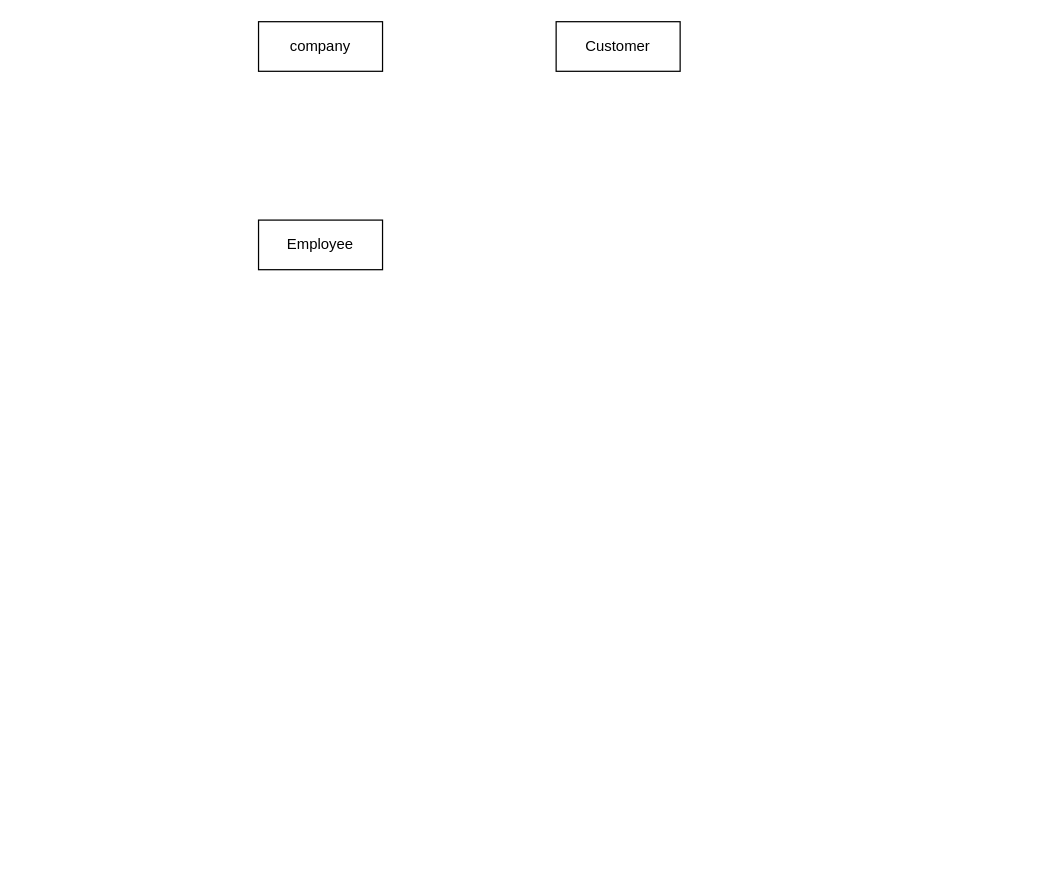
The draw.io diagram db과제.drawio in shgusgh12/baekjoon, before the edit. Source tidied: cells renumbered, new cells numbered last; positions are measured from the earlier drawing's top-left corner, leaving out a move shared by most shapes. Both pictures are drawn from the tidied source at 124%, with x=0, y=0 at pixel (258, 21).
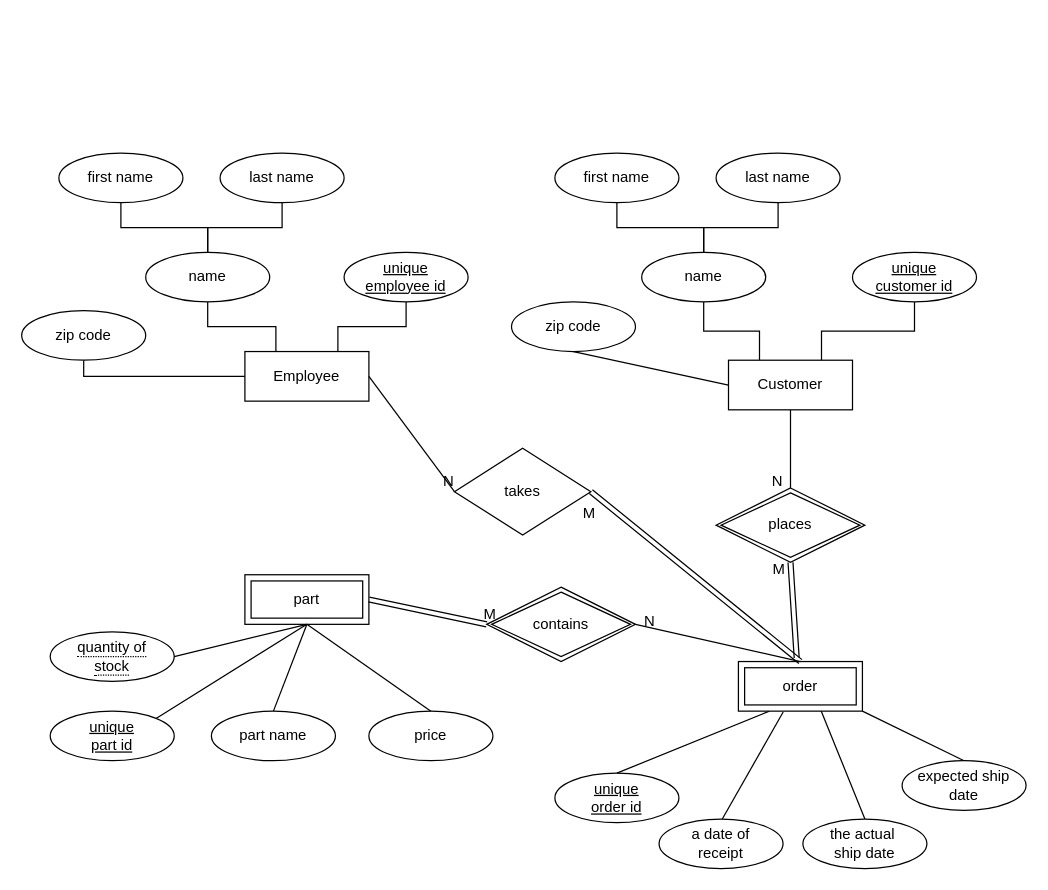
The same page after the edit.

Commit message (it also covers changes not shown here):
db과제.drawio 업데이트

Diff of the diagram source:
```diff
@@
-    <mxCell id="2" value="company" style="whiteSpace=wrap;html=1;align=center;" parent="1" vertex="1">
-      <mxGeometry width="100" height="40" as="geometry" />
-    </mxCell>
+    <mxCell id="5" style="edgeStyle=orthogonalEdgeStyle;rounded=0;jettySize=auto;html=1;exitX=0.75;exitY=0;exitDx=0;exitDy=0;entryX=0.5;entryY=1;entryDx=0;entryDy=0;endArrow=none;endFill=0;" parent="1" edge="1" source="3" target="11">
+      <mxGeometry relative="1" as="geometry" />
+    </mxCell>
+    <mxCell id="6" style="edgeStyle=orthogonalEdgeStyle;rounded=0;jettySize=auto;html=1;exitX=0.25;exitY=0;exitDx=0;exitDy=0;entryX=0.5;entryY=1;entryDx=0;entryDy=0;endArrow=none;endFill=0;" parent="1" edge="1" source="3" target="14">
+      <mxGeometry relative="1" as="geometry" />
+    </mxCell>
+    <mxCell id="7" style="edgeStyle=orthogonalEdgeStyle;rounded=0;jettySize=auto;html=1;exitX=0;exitY=0.5;exitDx=0;exitDy=0;endArrow=none;endFill=0;entryX=0.5;entryY=1;entryDx=0;entryDy=0;" parent="1" edge="1" source="3" target="27">
+      <mxGeometry relative="1" as="geometry">
+        <Array as="points">
+          <mxPoint x="-141" y="286" />
+        </Array>
+      </mxGeometry>
+    </mxCell>
     <mxCell id="3" value="Employee" style="whiteSpace=wrap;html=1;align=center;" parent="1" vertex="1">
-      <mxGeometry y="160" width="100" height="40" as="geometry" />
+      <mxGeometry x="-11" y="266" width="100" height="40" as="geometry" />
     </mxCell>
+    <mxCell id="8" style="edgeStyle=orthogonalEdgeStyle;rounded=0;jettySize=auto;html=1;exitX=0.25;exitY=0;exitDx=0;exitDy=0;endArrow=none;endFill=0;" parent="1" edge="1" source="4" target="20">
+      <mxGeometry relative="1" as="geometry" />
+    </mxCell>
+    <mxCell id="9" style="edgeStyle=orthogonalEdgeStyle;rounded=0;jettySize=auto;html=1;exitX=0.75;exitY=0;exitDx=0;exitDy=0;entryX=0.5;entryY=1;entryDx=0;entryDy=0;endArrow=none;endFill=0;" parent="1" edge="1" source="4" target="17">
+      <mxGeometry relative="1" as="geometry" />
+    </mxCell>
+    <mxCell id="10" style="edgeStyle=orthogonalEdgeStyle;rounded=0;jettySize=auto;html=1;exitX=0.5;exitY=1;exitDx=0;exitDy=0;entryX=0.5;entryY=0;entryDx=0;entryDy=0;endArrow=none;endFill=0;" parent="1" edge="1" source="4" target="35">
+      <mxGeometry relative="1" as="geometry" />
+    </mxCell>
     <mxCell id="4" value="Customer" style="whiteSpace=wrap;html=1;align=center;" parent="1" vertex="1">
-      <mxGeometry x="240" width="100" height="40" as="geometry" />
+      <mxGeometry x="379" y="273" width="100" height="40" as="geometry" />
     </mxCell>
+    <mxCell id="11" value="unique &lt;br&gt;employee id" style="ellipse;whiteSpace=wrap;html=1;align=center;fontStyle=4;" parent="1" vertex="1">
+      <mxGeometry x="69" y="186" width="100" height="40" as="geometry" />
+    </mxCell>
+    <mxCell id="12" style="edgeStyle=orthogonalEdgeStyle;rounded=0;jettySize=auto;html=1;exitX=0.5;exitY=0;exitDx=0;exitDy=0;entryX=0.5;entryY=1;entryDx=0;entryDy=0;endArrow=none;endFill=0;" parent="1" edge="1" source="14" target="16">
+      <mxGeometry relative="1" as="geometry" />
+    </mxCell>
+    <mxCell id="13" style="edgeStyle=orthogonalEdgeStyle;rounded=0;jettySize=auto;html=1;endArrow=none;endFill=0;" parent="1" edge="1" source="14" target="15">
+      <mxGeometry relative="1" as="geometry" />
+    </mxCell>
+    <mxCell id="14" value="name" style="ellipse;whiteSpace=wrap;html=1;align=center;" parent="1" vertex="1">
+      <mxGeometry x="-91" y="186" width="100" height="40" as="geometry" />
+    </mxCell>
+    <mxCell id="15" value="first name" style="ellipse;whiteSpace=wrap;html=1;align=center;" parent="1" vertex="1">
+      <mxGeometry x="-161" y="106" width="100" height="40" as="geometry" />
+    </mxCell>
+    <mxCell id="16" value="last name" style="ellipse;whiteSpace=wrap;html=1;align=center;" parent="1" vertex="1">
+      <mxGeometry x="-31" y="106" width="100" height="40" as="geometry" />
+    </mxCell>
+    <mxCell id="17" value="unique &lt;br&gt;customer id" style="ellipse;whiteSpace=wrap;html=1;align=center;fontStyle=4;" parent="1" vertex="1">
+      <mxGeometry x="479" y="186" width="100" height="40" as="geometry" />
+    </mxCell>
+    <mxCell id="18" style="edgeStyle=orthogonalEdgeStyle;rounded=0;jettySize=auto;html=1;exitX=0.5;exitY=0;exitDx=0;exitDy=0;entryX=0.5;entryY=1;entryDx=0;entryDy=0;endArrow=none;endFill=0;" parent="1" edge="1" source="20" target="22">
+      <mxGeometry relative="1" as="geometry" />
+    </mxCell>
+    <mxCell id="19" style="edgeStyle=orthogonalEdgeStyle;rounded=0;jettySize=auto;html=1;endArrow=none;endFill=0;" parent="1" edge="1" source="20" target="21">
+      <mxGeometry relative="1" as="geometry" />
+    </mxCell>
+    <mxCell id="20" value="name" style="ellipse;whiteSpace=wrap;html=1;align=center;" parent="1" vertex="1">
+      <mxGeometry x="309" y="186" width="100" height="40" as="geometry" />
+    </mxCell>
+    <mxCell id="21" value="first name" style="ellipse;whiteSpace=wrap;html=1;align=center;" parent="1" vertex="1">
+      <mxGeometry x="239" y="106" width="100" height="40" as="geometry" />
+    </mxCell>
+    <mxCell id="22" value="last name" style="ellipse;whiteSpace=wrap;html=1;align=center;" parent="1" vertex="1">
+      <mxGeometry x="369" y="106" width="100" height="40" as="geometry" />
+    </mxCell>
+    <mxCell id="23" value="unique &lt;br&gt;part id" style="ellipse;whiteSpace=wrap;html=1;align=center;fontStyle=4;" parent="1" vertex="1">
+      <mxGeometry x="-168" y="556" width="100" height="40" as="geometry" />
+    </mxCell>
+    <mxCell id="24" value="part name" style="ellipse;whiteSpace=wrap;html=1;align=center;" parent="1" vertex="1">
+      <mxGeometry x="-38" y="556" width="100" height="40" as="geometry" />
+    </mxCell>
+    <mxCell id="25" value="price" style="ellipse;whiteSpace=wrap;html=1;align=center;" parent="1" vertex="1">
+      <mxGeometry x="89" y="556" width="100" height="40" as="geometry" />
+    </mxCell>
+    <mxCell id="26" value="takes" style="shape=rhombus;perimeter=rhombusPerimeter;whiteSpace=wrap;html=1;align=center;" parent="1" vertex="1">
+      <mxGeometry x="158" y="344" width="110" height="70" as="geometry" />
+    </mxCell>
+    <mxCell id="27" value="zip code" style="ellipse;whiteSpace=wrap;html=1;align=center;" parent="1" vertex="1">
+      <mxGeometry x="-191" y="233" width="100" height="40" as="geometry" />
+    </mxCell>
+    <mxCell id="28" value="zip code" style="ellipse;whiteSpace=wrap;html=1;align=center;" parent="1" vertex="1">
+      <mxGeometry x="204" y="226" width="100" height="40" as="geometry" />
+    </mxCell>
+    <mxCell id="29" style="endArrow=none;html=1;rounded=0;entryX=0;entryY=0.5;entryDx=0;entryDy=0;exitX=0.5;exitY=1;exitDx=0;exitDy=0;" parent="1" edge="1" source="28" target="4">
+      <mxGeometry relative="1" as="geometry" />
+    </mxCell>
+    <mxCell id="30" value="&lt;span style=&quot;text-decoration-line: underline;&quot;&gt;unique&lt;/span&gt;&lt;br&gt;&lt;span style=&quot;text-decoration-line: underline;&quot;&gt;order id&lt;/span&gt;" style="ellipse;whiteSpace=wrap;html=1;align=center;" parent="1" vertex="1">
+      <mxGeometry x="239" y="606" width="100" height="40" as="geometry" />
+    </mxCell>
+    <mxCell id="31" style="endArrow=none;html=1;rounded=0;entryX=0.25;entryY=1;entryDx=0;entryDy=0;exitX=0.5;exitY=0;exitDx=0;exitDy=0;" parent="1" edge="1" source="30" target="37">
+      <mxGeometry relative="1" as="geometry" />
+    </mxCell>
+    <mxCell id="32" style="endArrow=none;html=1;rounded=0;entryX=0.361;entryY=1.017;entryDx=0;entryDy=0;exitX=0.5;exitY=0;exitDx=0;exitDy=0;entryPerimeter=0;" parent="1" edge="1" target="37">
+      <mxGeometry relative="1" as="geometry">
+        <mxPoint x="374" y="643" as="sourcePoint" />
+      </mxGeometry>
+    </mxCell>
+    <mxCell id="33" style="endArrow=none;html=1;rounded=0;exitX=0.5;exitY=0;exitDx=0;exitDy=0;entryX=0.665;entryY=0.98;entryDx=0;entryDy=0;entryPerimeter=0;" parent="1" edge="1" source="52" target="37">
+      <mxGeometry relative="1" as="geometry" />
+    </mxCell>
+    <mxCell id="34" style="endArrow=none;html=1;rounded=0;entryX=0.5;entryY=0;entryDx=0;entryDy=0;exitX=1;exitY=1;exitDx=0;exitDy=0;" parent="1" edge="1" source="37" target="53">
+      <mxGeometry relative="1" as="geometry" />
+    </mxCell>
+    <mxCell id="35" value="places" style="shape=rhombus;double=1;perimeter=rhombusPerimeter;whiteSpace=wrap;html=1;align=center;" parent="1" vertex="1">
+      <mxGeometry x="369" y="376" width="120" height="60" as="geometry" />
+    </mxCell>
+    <mxCell id="36" style="shape=link;html=1;rounded=0;entryX=0.5;entryY=0;entryDx=0;entryDy=0;exitX=0.5;exitY=1;exitDx=0;exitDy=0;" parent="1" edge="1" source="35">
+      <mxGeometry relative="1" as="geometry">
+        <mxPoint x="434" y="513" as="targetPoint" />
+      </mxGeometry>
+    </mxCell>
+    <mxCell id="37" value="order" style="shape=ext;margin=3;double=1;whiteSpace=wrap;html=1;align=center;" parent="1" vertex="1">
+      <mxGeometry x="387" y="516" width="100" height="40" as="geometry" />
+    </mxCell>
+    <mxCell id="38" value="contains" style="shape=rhombus;double=1;perimeter=rhombusPerimeter;whiteSpace=wrap;html=1;align=center;" parent="1" vertex="1">
+      <mxGeometry x="184" y="456" width="120" height="60" as="geometry" />
+    </mxCell>
+    <mxCell id="39" value="part" style="shape=ext;margin=3;double=1;whiteSpace=wrap;html=1;align=center;" parent="1" vertex="1">
+      <mxGeometry x="-11" y="446" width="100" height="40" as="geometry" />
+    </mxCell>
+    <mxCell id="40" style="endArrow=none;html=1;rounded=0;entryX=0.5;entryY=0;entryDx=0;entryDy=0;exitX=1;exitY=0.5;exitDx=0;exitDy=0;" parent="1" edge="1" source="38" target="37">
+      <mxGeometry relative="1" as="geometry" />
+    </mxCell>
+    <mxCell id="41" style="shape=link;html=1;rounded=0;entryX=0;entryY=0.5;entryDx=0;entryDy=0;exitX=1;exitY=0.5;exitDx=0;exitDy=0;" parent="1" edge="1" source="39" target="38">
+      <mxGeometry relative="1" as="geometry" />
+    </mxCell>
+    <mxCell id="42" value="N" style="html=1;align=right;verticalAlign=bottom;" parent="1" vertex="1">
+      <mxGeometry x="423" y="379" as="geometry" />
+    </mxCell>
+    <mxCell id="43" value="M" style="html=1;align=left;verticalAlign=bottom;" parent="1" vertex="1">
+      <mxGeometry x="320" y="496" as="geometry">
+        <mxPoint x="93" y="-46" as="offset" />
+      </mxGeometry>
+    </mxCell>
+    <mxCell id="44" value="N" style="html=1;align=right;verticalAlign=bottom;" parent="1" vertex="1">
+      <mxGeometry x="320" y="492" as="geometry" />
+    </mxCell>
+    <mxCell id="45" value="M" style="html=1;align=left;verticalAlign=bottom;" parent="1" vertex="1">
+      <mxGeometry x="180" y="486" as="geometry" />
+    </mxCell>
+    <mxCell id="46" style="endArrow=none;html=1;rounded=0;exitX=1;exitY=0.5;exitDx=0;exitDy=0;entryX=0;entryY=0.5;entryDx=0;entryDy=0;" parent="1" edge="1" source="3" target="26">
+      <mxGeometry relative="1" as="geometry" />
+    </mxCell>
+    <mxCell id="47" value="N" style="html=1;align=right;verticalAlign=bottom;" parent="46" vertex="1">
+      <mxGeometry x="1" relative="1" as="geometry" />
+    </mxCell>
+    <mxCell id="48" style="shape=link;html=1;rounded=0;endArrow=none;endFill=0;entryX=0.5;entryY=0;entryDx=0;entryDy=0;exitX=1;exitY=0.5;exitDx=0;exitDy=0;" parent="1" edge="1" source="26" target="37">
+      <mxGeometry relative="1" as="geometry" />
+    </mxCell>
+    <mxCell id="49" value="M" style="html=1;align=right;verticalAlign=bottom;" parent="48" vertex="1">
+      <mxGeometry x="1" relative="1" as="geometry">
+        <mxPoint x="-165" y="-111" as="offset" />
+      </mxGeometry>
+    </mxCell>
+    <mxCell id="50" value="&lt;span style=&quot;border-bottom: 1px dotted&quot;&gt;quantity of&lt;br&gt;stock&lt;br&gt;&lt;/span&gt;" style="ellipse;whiteSpace=wrap;html=1;align=center;" parent="1" vertex="1">
+      <mxGeometry x="-168" y="492" width="100" height="40" as="geometry" />
+    </mxCell>
+    <mxCell id="51" value="a date of&lt;br&gt;receipt" style="ellipse;whiteSpace=wrap;html=1;align=center;" parent="1" vertex="1">
+      <mxGeometry x="323" y="643" width="100" height="40" as="geometry" />
+    </mxCell>
+    <mxCell id="52" value="the actual&amp;nbsp;&lt;br&gt;ship date" style="ellipse;whiteSpace=wrap;html=1;align=center;" parent="1" vertex="1">
+      <mxGeometry x="439" y="643" width="100" height="40" as="geometry" />
+    </mxCell>
+    <mxCell id="53" value="expected ship&lt;br&gt;date" style="ellipse;whiteSpace=wrap;html=1;align=center;" parent="1" vertex="1">
+      <mxGeometry x="519" y="596" width="100" height="40" as="geometry" />
+    </mxCell>
+    <mxCell id="54" style="endArrow=none;html=1;rounded=0;entryX=0.5;entryY=1;entryDx=0;entryDy=0;exitX=1;exitY=0.5;exitDx=0;exitDy=0;" parent="1" edge="1" source="50" target="39">
+      <mxGeometry relative="1" as="geometry" />
+    </mxCell>
+    <mxCell id="55" style="endArrow=none;html=1;rounded=0;entryX=0.5;entryY=1;entryDx=0;entryDy=0;exitX=1;exitY=0;exitDx=0;exitDy=0;" parent="1" edge="1" source="23" target="39">
+      <mxGeometry relative="1" as="geometry" />
+    </mxCell>
+    <mxCell id="56" style="endArrow=none;html=1;rounded=0;entryX=0.5;entryY=1;entryDx=0;entryDy=0;exitX=0.5;exitY=0;exitDx=0;exitDy=0;" parent="1" edge="1" source="24" target="39">
+      <mxGeometry relative="1" as="geometry" />
+    </mxCell>
+    <mxCell id="57" style="endArrow=none;html=1;rounded=0;entryX=0.5;entryY=1;entryDx=0;entryDy=0;exitX=0.5;exitY=0;exitDx=0;exitDy=0;" parent="1" edge="1" source="25" target="39">
+      <mxGeometry relative="1" as="geometry" />
+    </mxCell>
```
